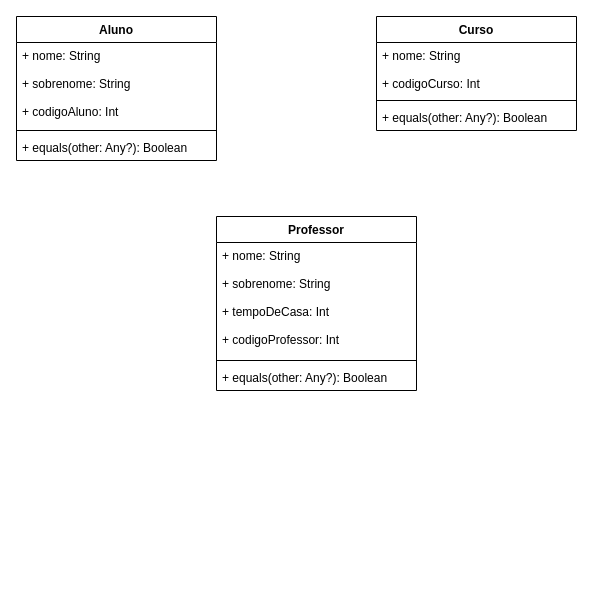
Above: DesafioKotlin.drawio in artchier/desafio_kotlin (draw.io), before the change. Source tidied: cells renumbered, new cells numbered last; positions are measured from the earlier drawing's top-left corner, leaving out a move shared by most shapes. Both pictures are drawn from the tidied source at 100%, with x=0, y=0 at pixel (16, 16).
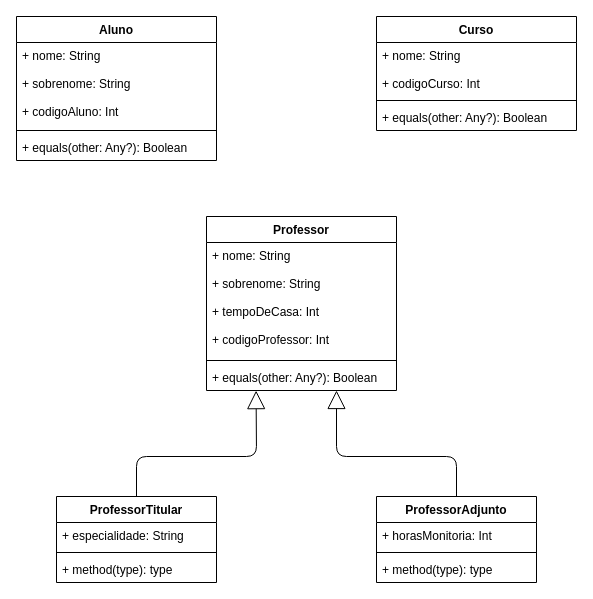
The same page after the edit.

Commit message (it also covers changes not shown here):
Parte D - Criando a classe ProfessorTitular e ProfessorAdjunto

Diff of the diagram source:
```diff
@@
+    <mxCell id="14" style="endArrow=block;endSize=16;endFill=0;html=1;entryX=0.261;entryY=1.005;entryDx=0;entryDy=0;entryPerimeter=0;exitX=0.5;exitY=0;exitDx=0;exitDy=0;" parent="1" edge="1" source="16" target="13">
+      <mxGeometry x="0.99" y="-67" relative="1" as="geometry">
+        <Array as="points">
+          <mxPoint x="120" y="440" />
+          <mxPoint x="240" y="440" />
+        </Array>
+      </mxGeometry>
+    </mxCell>
+    <mxCell id="15" style="endArrow=block;endSize=16;endFill=0;html=1;exitX=0.5;exitY=0;exitDx=0;exitDy=0;" parent="1" edge="1" source="20">
+      <mxGeometry x="0.16" y="55" relative="1" as="geometry">
+        <mxPoint x="320" y="374" as="targetPoint" />
+        <Array as="points">
+          <mxPoint x="440" y="440" />
+          <mxPoint x="320" y="440" />
+        </Array>
+      </mxGeometry>
+    </mxCell>
+    <mxCell id="16" value="ProfessorTitular" style="swimlane;fontStyle=1;align=center;verticalAlign=top;horizontal=1;startSize=26;" parent="1" vertex="1">
+      <mxGeometry x="40" y="480" width="160" height="86" as="geometry" />
+    </mxCell>
+    <mxCell id="17" value="+ especialidade: String" style="text;strokeColor=none;fillColor=none;align=left;verticalAlign=top;spacingLeft=4;spacingRight=4;overflow=hidden;" parent="16" vertex="1">
+      <mxGeometry y="26" width="160" height="26" as="geometry" />
+    </mxCell>
+    <mxCell id="18" style="line;strokeWidth=1;fillColor=none;align=left;verticalAlign=middle;spacingTop=-1;spacingLeft=3;spacingRight=3;labelPosition=right;" parent="16" vertex="1">
+      <mxGeometry y="52" width="160" height="8" as="geometry" />
+    </mxCell>
+    <mxCell id="19" value="+ method(type): type" style="text;strokeColor=none;fillColor=none;align=left;verticalAlign=top;spacingLeft=4;spacingRight=4;overflow=hidden;" parent="16" vertex="1">
+      <mxGeometry y="60" width="160" height="26" as="geometry" />
+    </mxCell>
+    <mxCell id="20" value="ProfessorAdjunto" style="swimlane;fontStyle=1;align=center;verticalAlign=top;horizontal=1;startSize=26;" parent="1" vertex="1">
+      <mxGeometry x="360" y="480" width="160" height="86" as="geometry" />
+    </mxCell>
+    <mxCell id="21" value="+ horasMonitoria: Int" style="text;strokeColor=none;fillColor=none;align=left;verticalAlign=top;spacingLeft=4;spacingRight=4;overflow=hidden;" parent="20" vertex="1">
+      <mxGeometry y="26" width="160" height="26" as="geometry" />
+    </mxCell>
+    <mxCell id="22" style="line;strokeWidth=1;fillColor=none;align=left;verticalAlign=middle;spacingTop=-1;spacingLeft=3;spacingRight=3;labelPosition=right;" parent="20" vertex="1">
+      <mxGeometry y="52" width="160" height="8" as="geometry" />
+    </mxCell>
+    <mxCell id="23" value="+ method(type): type" style="text;strokeColor=none;fillColor=none;align=left;verticalAlign=top;spacingLeft=4;spacingRight=4;overflow=hidden;" parent="20" vertex="1">
+      <mxGeometry y="60" width="160" height="26" as="geometry" />
+    </mxCell>
     <mxCell id="10" value="Professor" style="swimlane;fontStyle=1;align=center;verticalAlign=top;horizontal=1;startSize=26;" parent="1" vertex="1">
-      <mxGeometry x="200" y="200" width="200" height="174" as="geometry" />
+      <mxGeometry x="190" y="200" width="190" height="174" as="geometry" />
     </mxCell>
     <mxCell id="11" value="+ nome: String&#10;&#10;+ sobrenome: String&#10;&#10;+ tempoDeCasa: Int&#10;&#10;+ codigoProfessor: Int" style="text;strokeColor=none;fillColor=none;align=left;verticalAlign=top;spacingLeft=4;spacingRight=4;overflow=hidden;" parent="10" vertex="1">
-      <mxGeometry y="26" width="200" height="114" as="geometry" />
+      <mxGeometry y="26" width="190" height="114" as="geometry" />
     </mxCell>
     <mxCell id="12" style="line;strokeWidth=1;fillColor=none;align=left;verticalAlign=middle;spacingTop=-1;spacingLeft=3;spacingRight=3;labelPosition=right;" parent="10" vertex="1">
-      <mxGeometry y="140" width="200" height="8" as="geometry" />
+      <mxGeometry y="140" width="190" height="8" as="geometry" />
     </mxCell>
     <mxCell id="13" value="+ equals(other: Any?): Boolean" style="text;strokeColor=none;fillColor=none;align=left;verticalAlign=top;spacingLeft=4;spacingRight=4;overflow=hidden;points=[[0,0.5],[1,0.5]];portConstraint=eastwest;" parent="10" vertex="1">
-      <mxGeometry y="148" width="200" height="26" as="geometry" />
+      <mxGeometry y="148" width="190" height="26" as="geometry" />
     </mxCell>
```
